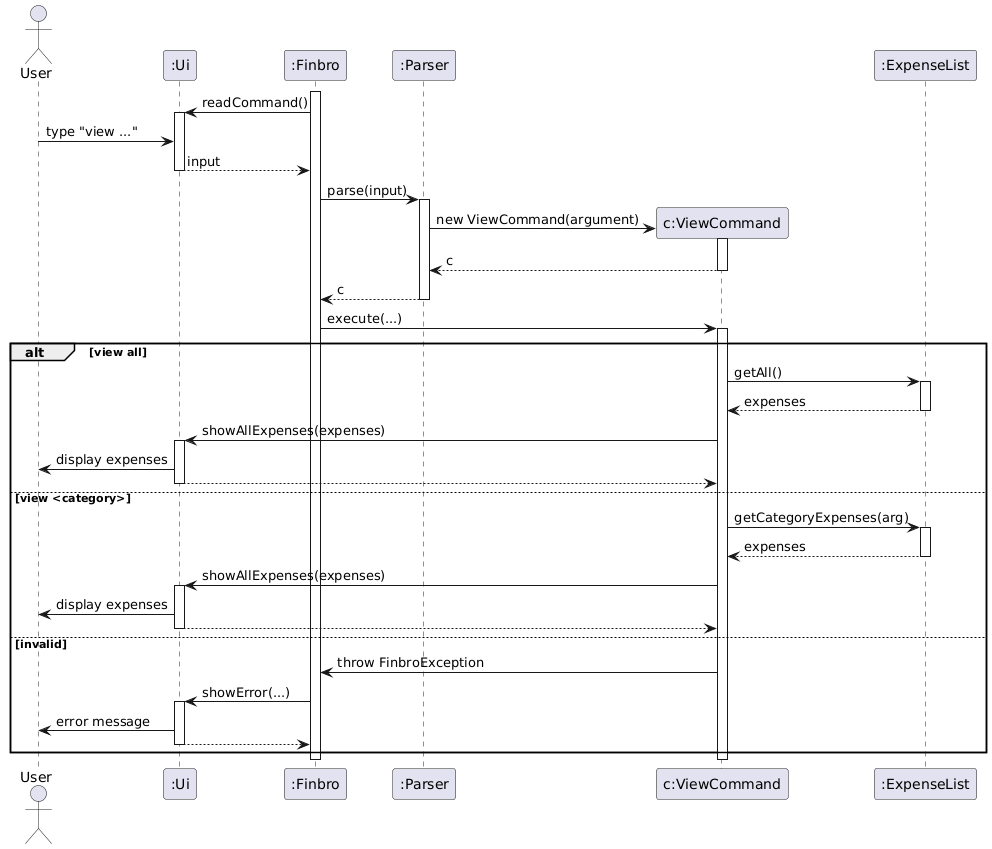
Before: docs/UML_diagrams/images/ViewCommand.png, a diagram exported from PlantUML (zihaoalt/tp).
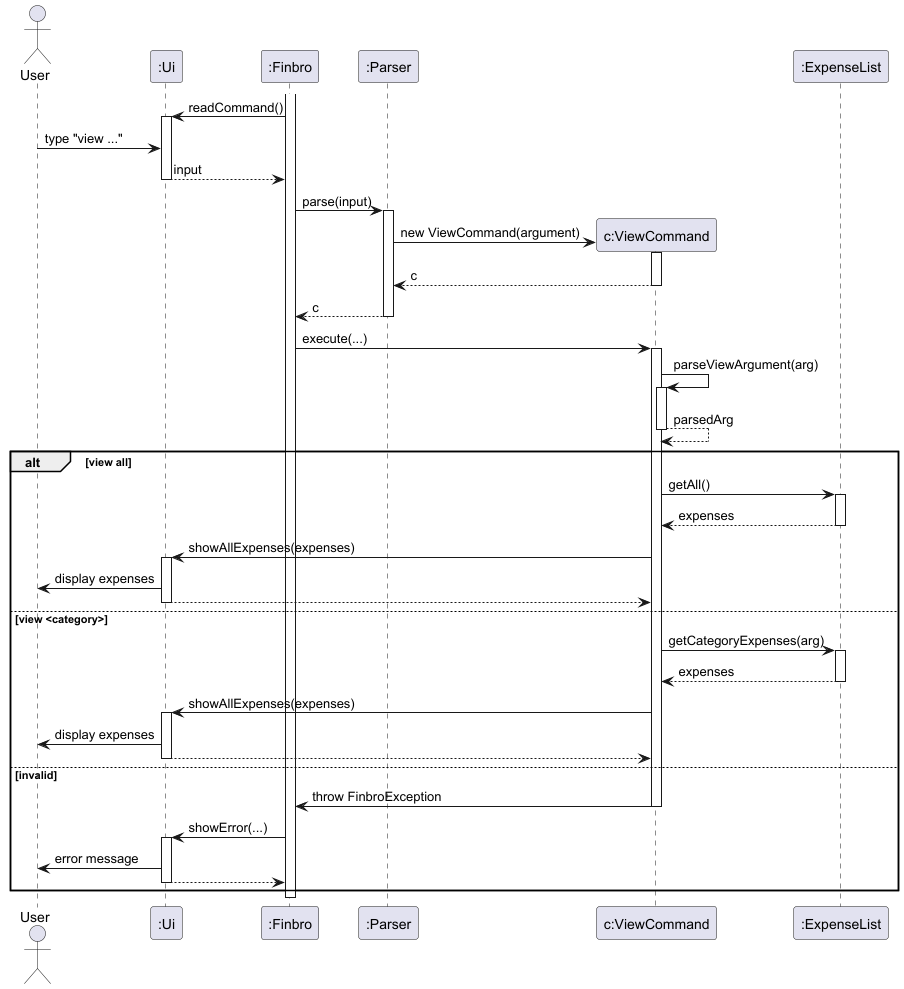
Above is the later version.

Commit message:
fix on sequence diagram on view

Diff of the diagram source:
```diff
@@ -1,4 +1,4 @@
-@startuml
+@startuml ViewCommand
 actor User
 
 participant ":Ui"
@@ -27,6 +27,11 @@
 ":Finbro" -> "c:ViewCommand" : execute(...)
 activate "c:ViewCommand"
 
+"c:ViewCommand" -> "c:ViewCommand" : parseViewArgument(arg)
+activate "c:ViewCommand"
+"c:ViewCommand" --> "c:ViewCommand" : parsedArg
+deactivate "c:ViewCommand"
+
 alt view all
     "c:ViewCommand" -> ":ExpenseList" : getAll()
     activate ":ExpenseList"
@@ -47,6 +52,7 @@
 
 else invalid
     "c:ViewCommand" -> ":Finbro" : throw FinbroException
+    deactivate "c:ViewCommand"
     ":Finbro" -> ":Ui" : showError(...)
     activate ":Ui"
     ":Ui" -> User : error message
@@ -56,4 +62,5 @@
 deactivate "c:ViewCommand"
 deactivate ":Finbro"
 deactivate ":Ui"
+
 @enduml
```
